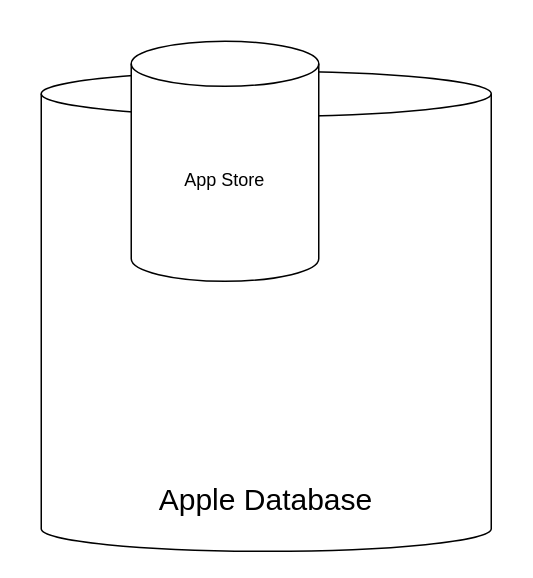
The draw.io diagram charts/IOSAppLicensing.drawio in Marcus5408/draw.io-charts, before the edit. Source tidied: cells renumbered, new cells numbered last; positions are measured from the earlier drawing's top-left corner, leaving out a move shared by most shapes. Both pictures are drawn from the tidied source at 150%, with x=0, y=0 at pixel (40, 40).
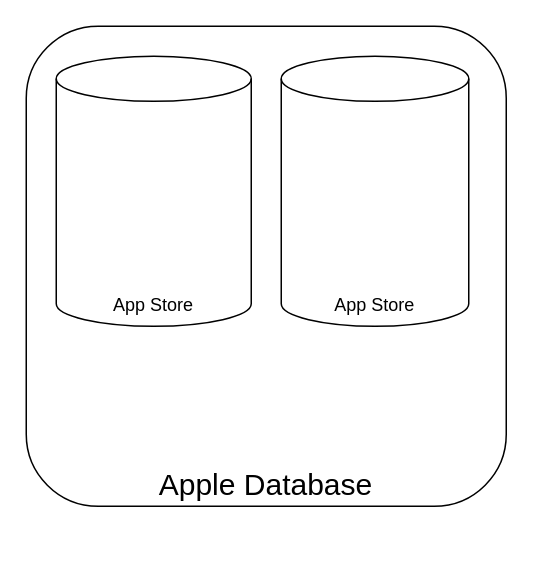
The same diagram, later.

What changed in the source:
```diff
@@
 <mxGraphModel>
   <root>
     <mxCell id="0" />
     <mxCell id="1" parent="0" />
-    <mxCell id="2" style="shape=cylinder3;whiteSpace=wrap;html=1;boundedLbl=1;backgroundOutline=1;size=15;" parent="1" vertex="1">
-      <mxGeometry y="20" width="300" height="320" as="geometry" />
-    </mxCell>
-    <mxCell id="3" value="&lt;font style=&quot;font-size: 20px&quot;&gt;Apple Database&lt;/font&gt;" style="text;html=1;strokeColor=none;fillColor=none;align=center;verticalAlign=middle;whiteSpace=wrap;rounded=0;fontSize=13;" parent="1" vertex="1">
-      <mxGeometry x="65" y="280" width="170" height="50" as="geometry" />
+    <mxCell id="3" value="Apple Database" style="rounded=1;whiteSpace=wrap;html=1;fontSize=20;verticalAlign=bottom;" parent="1" vertex="1">
+      <mxGeometry x="-10" y="-10" width="320" height="320" as="geometry" />
     </mxCell>
+    <mxCell id="5" value="App Store" style="shape=cylinder3;whiteSpace=wrap;html=1;boundedLbl=1;backgroundOutline=1;size=15;labelPosition=center;verticalLabelPosition=middle;align=center;verticalAlign=bottom;" parent="1" vertex="1">
+      <mxGeometry x="160" y="10" width="125" height="180" as="geometry" />
+    </mxCell>
-    <mxCell id="4" value="App Store" style="shape=cylinder3;whiteSpace=wrap;html=1;boundedLbl=1;backgroundOutline=1;size=15;" parent="1" vertex="1">
-      <mxGeometry x="60" width="125" height="160" as="geometry" />
+    <mxCell id="4" value="App Store" style="shape=cylinder3;whiteSpace=wrap;html=1;boundedLbl=1;backgroundOutline=1;size=15;labelPosition=center;verticalLabelPosition=middle;align=center;verticalAlign=bottom;" parent="1" vertex="1">
+      <mxGeometry x="10" y="10" width="130" height="180" as="geometry" />
     </mxCell>
   </root>
 </mxGraphModel>
```
